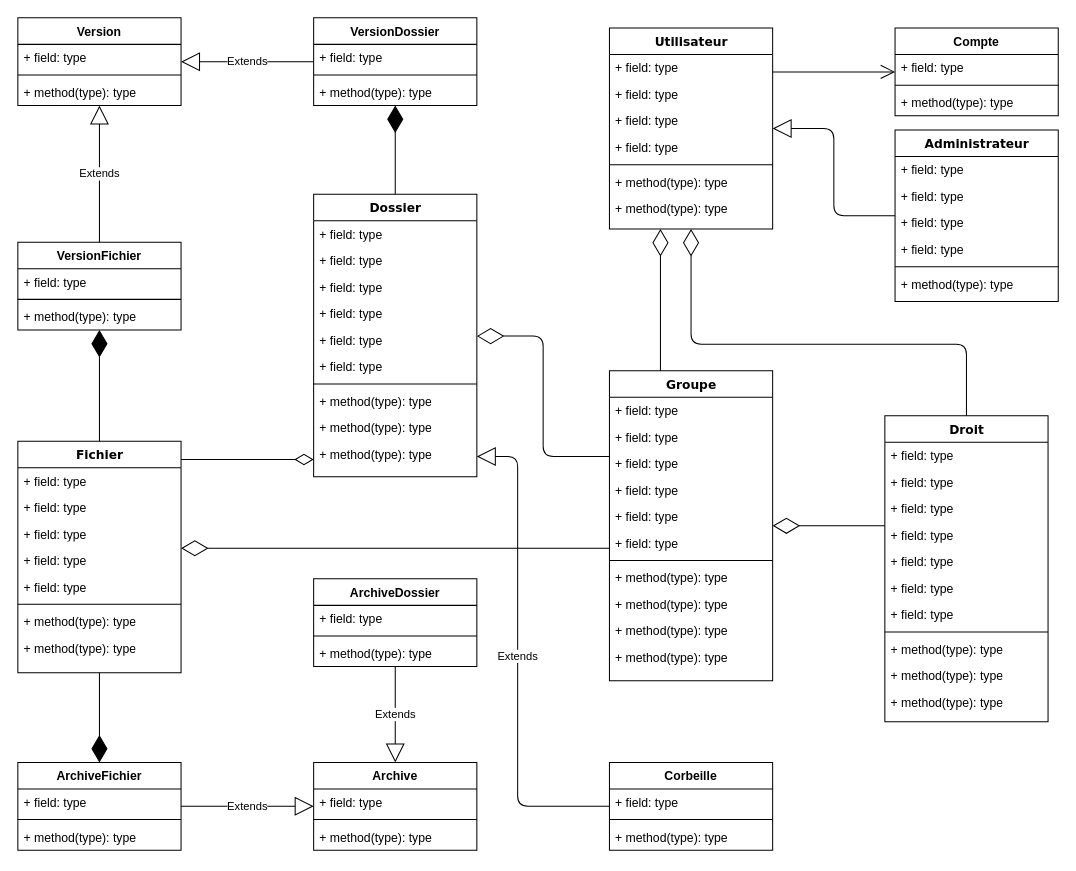
This is diagrams/Class.drawio from AbdourahamaneIssakaSani/ged, a draw.io file, before an edit. Source tidied: cells renumbered, new cells numbered last; positions are measured from the earlier drawing's top-left corner, leaving out a move shared by most shapes. Both pictures are drawn from the tidied source at 102%, with x=0, y=0 at pixel (17, 17).
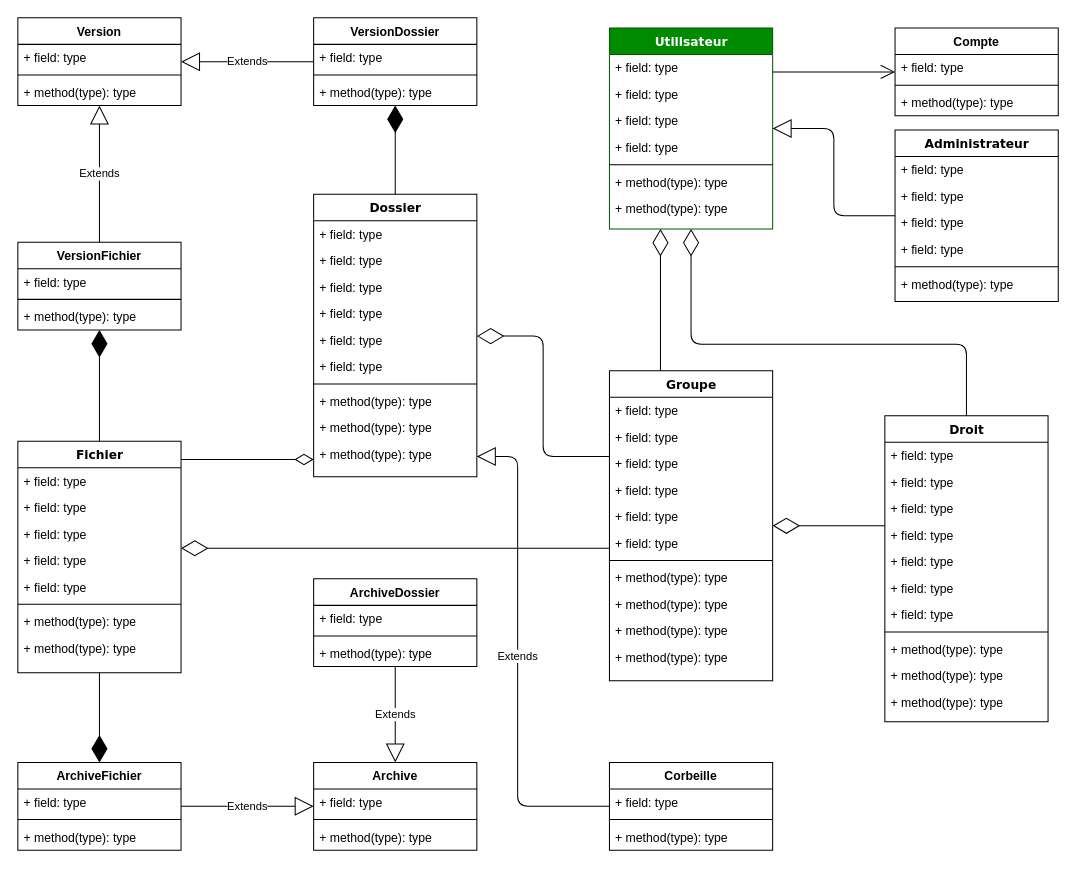
The same diagram, later.

What changed in the source:
```diff
@@
-    <mxCell id="23" value="Utilisateur" style="swimlane;html=1;fontStyle=1;align=center;verticalAlign=top;horizontal=1;startSize=26;swimlaneFillColor=#ffffff;rounded=0;shadow=0;comic=0;labelBackgroundColor=none;strokeWidth=1;fillColor=none;fontFamily=Verdana;fontSize=12;" parent="1" vertex="1">
+    <mxCell id="23" value="Utilisateur" style="swimlane;html=1;fontStyle=1;align=center;verticalAlign=top;horizontal=1;startSize=26;swimlaneFillColor=#ffffff;rounded=0;shadow=0;comic=0;labelBackgroundColor=none;strokeWidth=1;fillColor=#008a00;fontFamily=Verdana;fontSize=12;strokeColor=#005700;fontColor=#ffffff;" parent="1" vertex="1">
       <mxGeometry x="580" y="10" width="160" height="197" as="geometry" />
     </mxCell>
```
